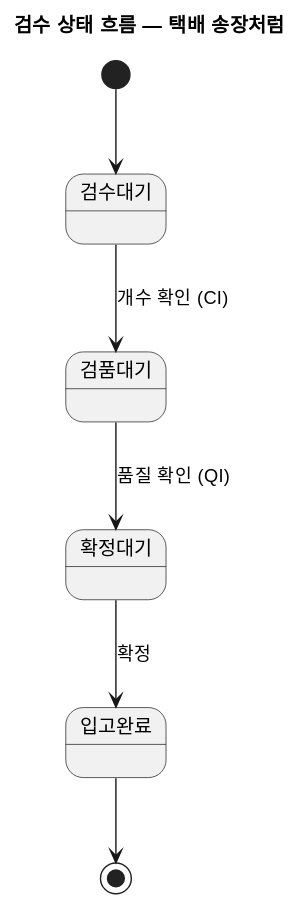
Above: static/img/c4/scm-inspection.svg in johnycho/johny-dev (PlantUML), before the change. The source it was exported from:
```plantuml
@startuml
skinparam defaultTextAlignment center
title 검수 상태 흐름 — 택배 송장처럼

[*] --> 검수대기
검수대기 --> 검품대기 : 개수 확인 (CI)
검품대기 --> 확정대기 : 품질 확인 (QI)
확정대기 --> 입고완료 : 확정
입고완료 --> [*]
@enduml
```
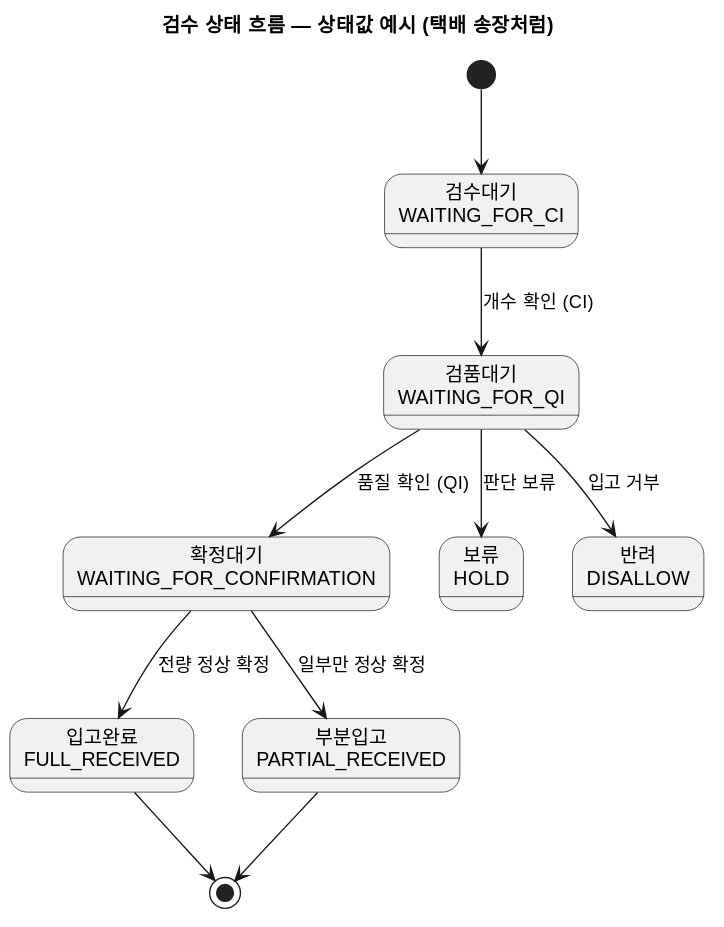
Later version of the same file.

Commit message:
블로그(SCM): 검수 상태 다이어그램에 상세 상태값·분기(보류/반려/부분입고) 추가

What changed in the source:
```diff
@@ -1,10 +1,22 @@
 @startuml
 skinparam defaultTextAlignment center
-title 검수 상태 흐름 — 택배 송장처럼
+title 검수 상태 흐름 — 상태값 예시 (택배 송장처럼)
 
-[*] --> 검수대기
-검수대기 --> 검품대기 : 개수 확인 (CI)
-검품대기 --> 확정대기 : 품질 확인 (QI)
-확정대기 --> 입고완료 : 확정
-입고완료 --> [*]
+state "검수대기\nWAITING_FOR_CI" as ci
+state "검품대기\nWAITING_FOR_QI" as qi
+state "확정대기\nWAITING_FOR_CONFIRMATION" as conf
+state "입고완료\nFULL_RECEIVED" as full
+state "부분입고\nPARTIAL_RECEIVED" as partial
+state "보류\nHOLD" as hold
+state "반려\nDISALLOW" as disallow
+
+[*] --> ci
+ci --> qi : 개수 확인 (CI)
+qi --> conf : 품질 확인 (QI)
+conf --> full : 전량 정상 확정
+conf --> partial : 일부만 정상 확정
+qi --> hold : 판단 보류
+qi --> disallow : 입고 거부
+full --> [*]
+partial --> [*]
 @enduml
```
